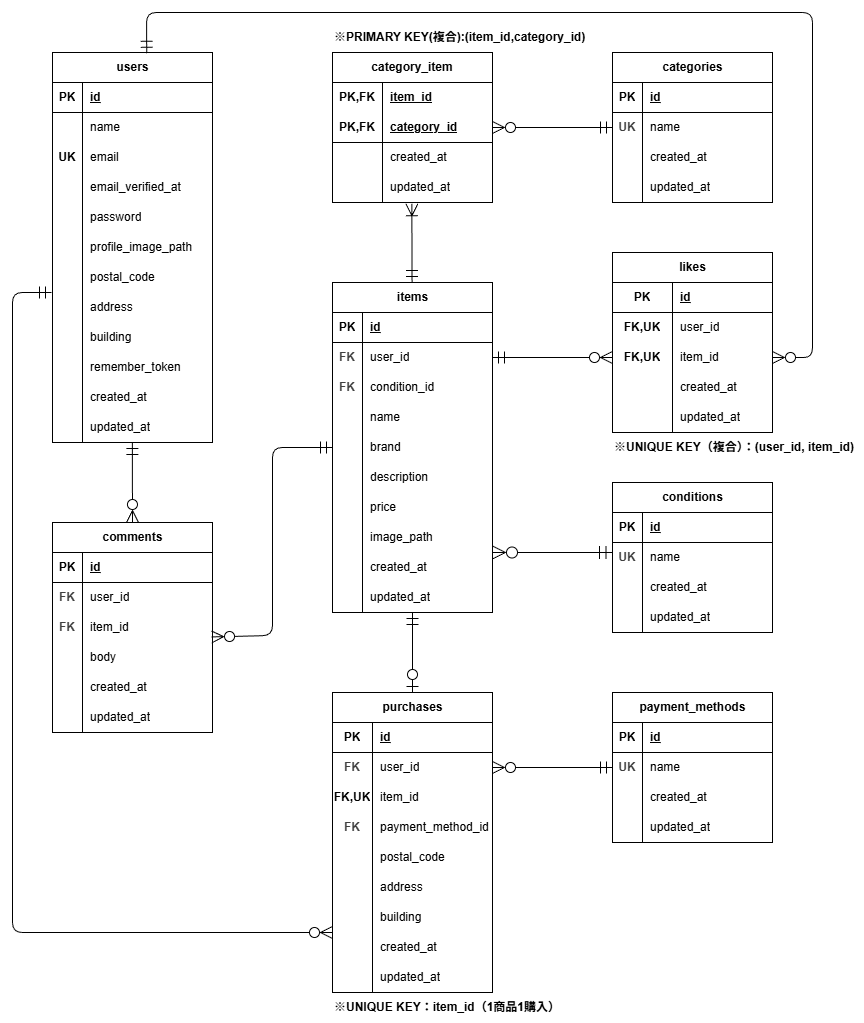
Earlier version of the draw.io export er_diagram.png (yakhrc5/coachtech_freamarket). Source tidied: cells renumbered, new cells last; positions are measured from the earlier drawing's top-left corner, leaving out a move shared by most shapes.
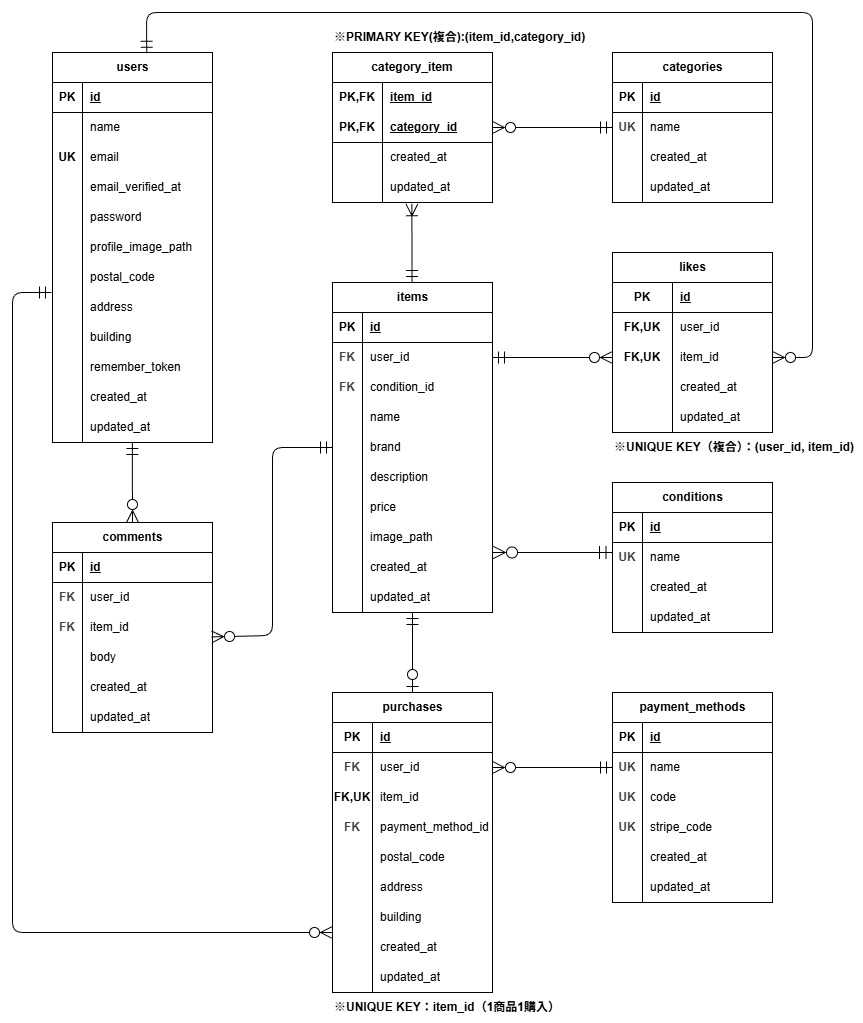
The same diagram one commit later.

What changed in the source:
```diff
@@ -480,7 +480,7 @@
       <mxGeometry x="40" width="120" height="30" as="geometry" />
     </mxCell>
     <mxCell id="161" value="payment_methods" style="shape=table;startSize=30;rowLines=0;fontStyle=1;align=center;html=1;" parent="1" vertex="1">
-      <mxGeometry x="600" y="680" width="160" height="150" as="geometry" />
+      <mxGeometry x="600" y="680" width="160" height="210" as="geometry" />
     </mxCell>
     <mxCell id="162" style="shape=tableRow;horizontal=0;startSize=0;swimlaneHead=0;swimlaneBody=0;fillColor=none;top=0;left=0;right=0;bottom=1;" parent="161" vertex="1">
       <mxGeometry y="30" width="160" height="30" as="geometry" />
@@ -500,8 +500,26 @@
     <mxCell id="167" value="name" style="shape=partialRectangle;fillColor=none;top=0;left=0;bottom=0;right=0;align=left;spacingLeft=6;overflow=hidden;whiteSpace=wrap;html=1;" parent="165" vertex="1">
       <mxGeometry x="30" width="130" height="30" as="geometry" />
     </mxCell>
+    <mxCell id="199" style="shape=tableRow;horizontal=0;startSize=0;swimlaneHead=0;swimlaneBody=0;fillColor=none;top=0;left=0;right=0;bottom=0;" parent="161" vertex="1">
+      <mxGeometry y="90" width="160" height="30" as="geometry" />
+    </mxCell>
+    <mxCell id="200" value="&lt;b style=&quot;scrollbar-color: rgb(226, 226, 226) rgb(251, 251, 251); color: rgb(63, 63, 63);&quot;&gt;UK&lt;/b&gt;" style="shape=partialRectangle;fillColor=none;top=0;left=0;bottom=0;right=0;overflow=hidden;whiteSpace=wrap;html=1;" parent="199" vertex="1">
+      <mxGeometry width="30" height="30" as="geometry" />
+    </mxCell>
+    <mxCell id="201" value="code" style="shape=partialRectangle;fillColor=none;top=0;left=0;bottom=0;right=0;align=left;spacingLeft=6;overflow=hidden;whiteSpace=wrap;html=1;" parent="199" vertex="1">
+      <mxGeometry x="30" width="130" height="30" as="geometry" />
+    </mxCell>
+    <mxCell id="202" style="shape=tableRow;horizontal=0;startSize=0;swimlaneHead=0;swimlaneBody=0;fillColor=none;top=0;left=0;right=0;bottom=0;" parent="161" vertex="1">
+      <mxGeometry y="120" width="160" height="30" as="geometry" />
+    </mxCell>
+    <mxCell id="203" value="&lt;b style=&quot;scrollbar-color: rgb(226, 226, 226) rgb(251, 251, 251); color: rgb(63, 63, 63);&quot;&gt;UK&lt;/b&gt;" style="shape=partialRectangle;fillColor=none;top=0;left=0;bottom=0;right=0;overflow=hidden;whiteSpace=wrap;html=1;" parent="202" vertex="1">
+      <mxGeometry width="30" height="30" as="geometry" />
+    </mxCell>
+    <mxCell id="204" value="stripe_code" style="shape=partialRectangle;fillColor=none;top=0;left=0;bottom=0;right=0;align=left;spacingLeft=6;overflow=hidden;whiteSpace=wrap;html=1;" parent="202" vertex="1">
+      <mxGeometry x="30" width="130" height="30" as="geometry" />
+    </mxCell>
     <mxCell id="168" style="shape=tableRow;horizontal=0;startSize=0;swimlaneHead=0;swimlaneBody=0;fillColor=none;top=0;left=0;right=0;bottom=0;" parent="161" vertex="1">
-      <mxGeometry y="90" width="160" height="30" as="geometry" />
+      <mxGeometry y="150" width="160" height="30" as="geometry" />
     </mxCell>
     <mxCell id="169" style="shape=partialRectangle;fillColor=none;top=0;left=0;bottom=0;right=0;overflow=hidden;whiteSpace=wrap;html=1;" parent="168" vertex="1">
       <mxGeometry width="30" height="30" as="geometry" />
@@ -510,7 +528,7 @@
       <mxGeometry x="30" width="130" height="30" as="geometry" />
     </mxCell>
     <mxCell id="171" style="shape=tableRow;horizontal=0;startSize=0;swimlaneHead=0;swimlaneBody=0;fillColor=none;top=0;left=0;right=0;bottom=0;" parent="161" vertex="1">
-      <mxGeometry y="120" width="160" height="30" as="geometry" />
+      <mxGeometry y="180" width="160" height="30" as="geometry" />
     </mxCell>
     <mxCell id="172" style="shape=partialRectangle;fillColor=none;top=0;left=0;bottom=0;right=0;overflow=hidden;whiteSpace=wrap;html=1;" parent="171" vertex="1">
       <mxGeometry width="30" height="30" as="geometry" />
@@ -518,7 +536,7 @@
     <mxCell id="173" value="updated_at" style="shape=partialRectangle;fillColor=none;top=0;left=0;bottom=0;right=0;align=left;spacingLeft=6;overflow=hidden;whiteSpace=wrap;html=1;" parent="171" vertex="1">
       <mxGeometry x="30" width="130" height="30" as="geometry" />
     </mxCell>
-    <mxCell id="174" style="edgeStyle=none;html=1;entryX=0;entryY=0.5;entryDx=0;entryDy=0;startArrow=ERmandOne;startFill=0;endArrow=ERzeroToMany;endFill=0;endSize=10;targetPerimeterSpacing=4;startSize=10;" parent="1" edge="1" target="x">
+    <mxCell id="174" style="edgeStyle=none;html=1;entryX=0;entryY=0.5;entryDx=0;entryDy=0;startArrow=ERmandOne;startFill=0;endArrow=ERzeroToMany;endFill=0;endSize=10;targetPerimeterSpacing=4;startSize=10;" parent="1" edge="1">
       <mxGeometry relative="1" as="geometry">
         <mxPoint x="200" y="325" as="sourcePoint" />
       </mxGeometry>
```
